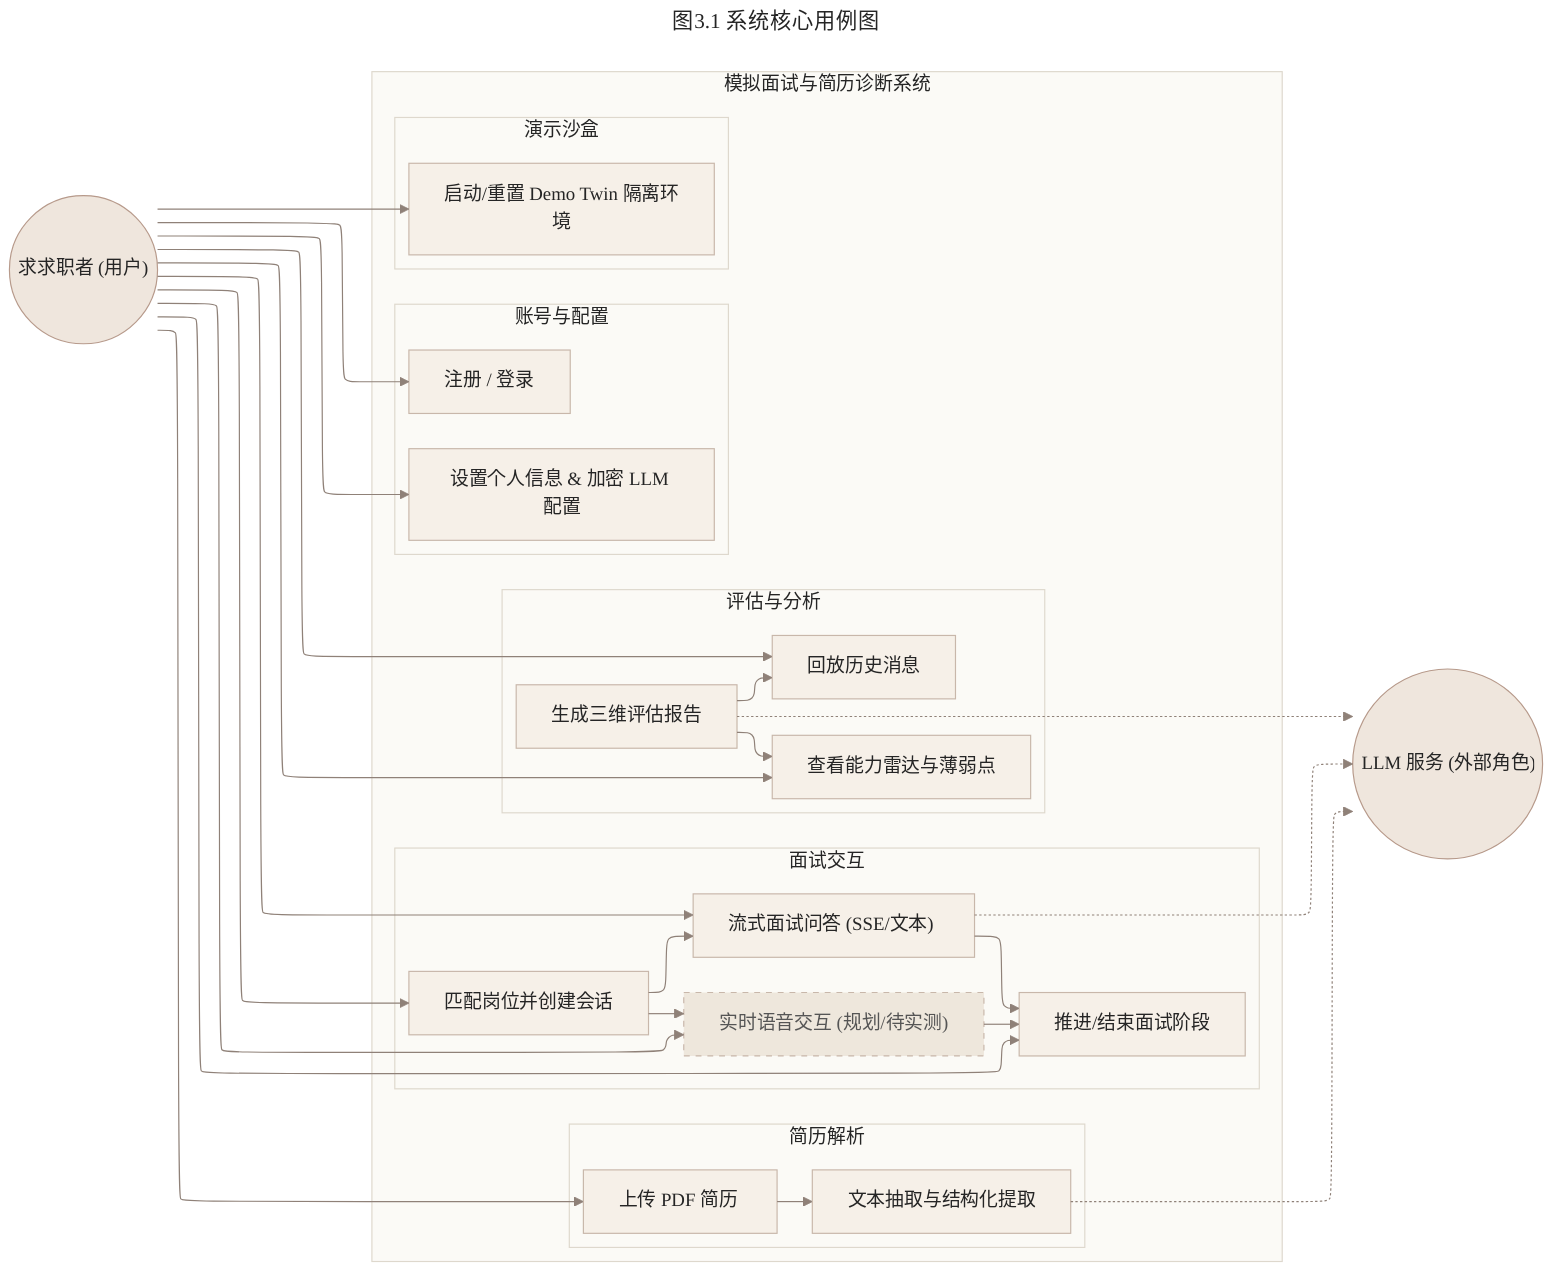
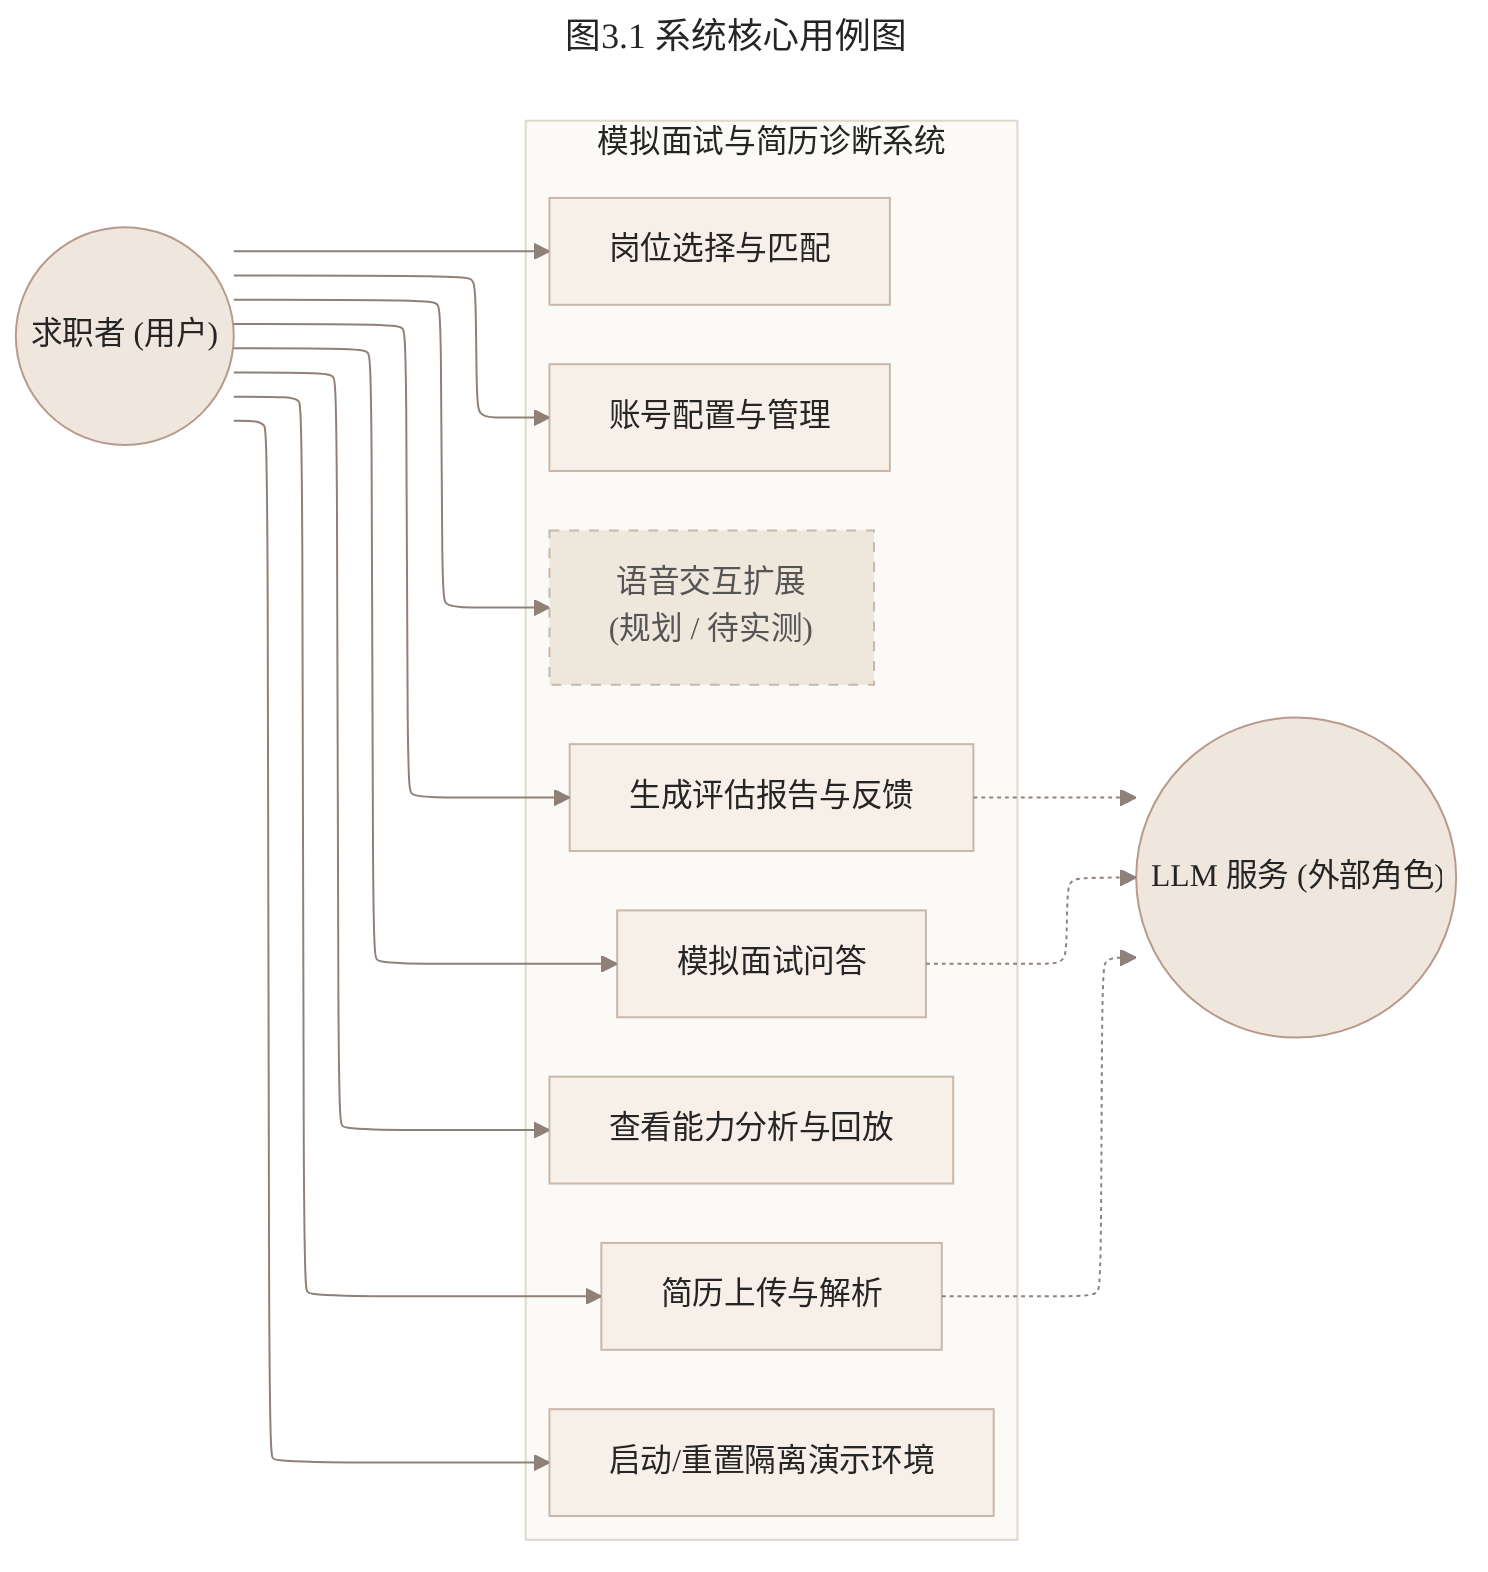
---
title: 图3.1 系统核心用例图
config:
  theme: base
  layout: elk
  themeVariables:
    background: "#FAF8F2"
    primaryColor: "#EFE6DD"
    primaryBorderColor: "#B79A8B"
    primaryTextColor: "#252525"
    lineColor: "#8F8178"
    secondaryColor: "#F6F0E8"
    tertiaryColor: "#FBFAF6"
    fontFamily: "Microsoft YaHei, SimHei, Arial, sans-serif"
    fontSize: "16px"
---
flowchart LR
-   user(("求求职者 (用户)"))
+   user(("求职者 (用户)"))
  llm_service(("LLM 服务 (外部角色)"))

  subgraph system_boundary["模拟面试与简历诊断系统"]
-     subgraph account["账号与配置"]
-       direction TB
-       login["注册 / 登录"]
-       profile["设置个人信息 & 加密 LLM 配置"]
-     end
- 
-     subgraph resume["简历解析"]
-       direction TB
-       upload["上传 PDF 简历"]
-       parse["文本抽取与结构化提取"]
-       upload --> parse
-     end
- 
-     subgraph interview["面试交互"]
-       direction TB
-       select_job["匹配岗位并创建会话"]
-       chat_text["流式面试问答 (SSE/文本)"]
-       chat_voice["实时语音交互 (规划/待实测)"]
-       stage_advance["推进/结束面试阶段"]
-       select_job --> chat_text
-       select_job --> chat_voice
-       chat_text --> stage_advance
-       chat_voice --> stage_advance
-     end
- 
-     subgraph evaluation["评估与分析"]
-       direction TB
-       report["生成三维评估报告"]
-       radar["查看能力雷达与薄弱点"]
-       replay["回放历史消息"]
-       report --> radar
-       report --> replay
-     end
- 
-     subgraph demo_sub["演示沙盒"]
-       demo_reset["启动/重置 Demo Twin 隔离环境"]
-     end
+     login_profile["账号配置与管理"]
+     resume_parse["简历上传与解析"]
+     job_match["岗位选择与匹配"]
+     mock_interview["模拟面试问答"]
+     voice_extension["语音交互扩展<br/>(规划 / 待实测)"]
+     report_feedback["生成评估报告与反馈"]
+     analytics_history["查看能力分析与回放"]
+     demo_twin["启动/重置隔离演示环境"]
  end

-   user --> login
-   user --> profile
-   user --> upload
-   user --> select_job
-   user --> chat_text
-   user --> chat_voice
-   user --> stage_advance
-   user --> radar
-   user --> replay
-   user --> demo_reset
+   user --> login_profile
+   user --> resume_parse
+   user --> job_match
+   user --> mock_interview
+   user --> voice_extension
+   user --> report_feedback
+   user --> analytics_history
+   user --> demo_twin

-   parse -.-> llm_service
-   chat_text -.-> llm_service
-   report -.-> llm_service
+   resume_parse -.-> llm_service
+   mock_interview -.-> llm_service
+   report_feedback -.-> llm_service

  classDef actor fill:#EFE6DD,stroke:#B79A8B,color:#252525
  classDef layer fill:#FBFAF6,stroke:#DED8CD,color:#252525
  classDef node fill:#F6F0E8,stroke:#C8B7AA,color:#252525
  classDef plan fill:#EEE7DC,stroke:#C8B7AA,stroke-dasharray: 5 5,color:#555555
  class user,llm_service actor
-   class system_boundary,account,resume,interview,evaluation,demo_sub layer
-   class login,profile,upload,parse,select_job,chat_text,stage_advance,report,radar,replay,demo_reset node
-   class chat_voice plan
+   class system_boundary layer
+   class login_profile,resume_parse,job_match,mock_interview,report_feedback,analytics_history,demo_twin node
+   class voice_extension plan
